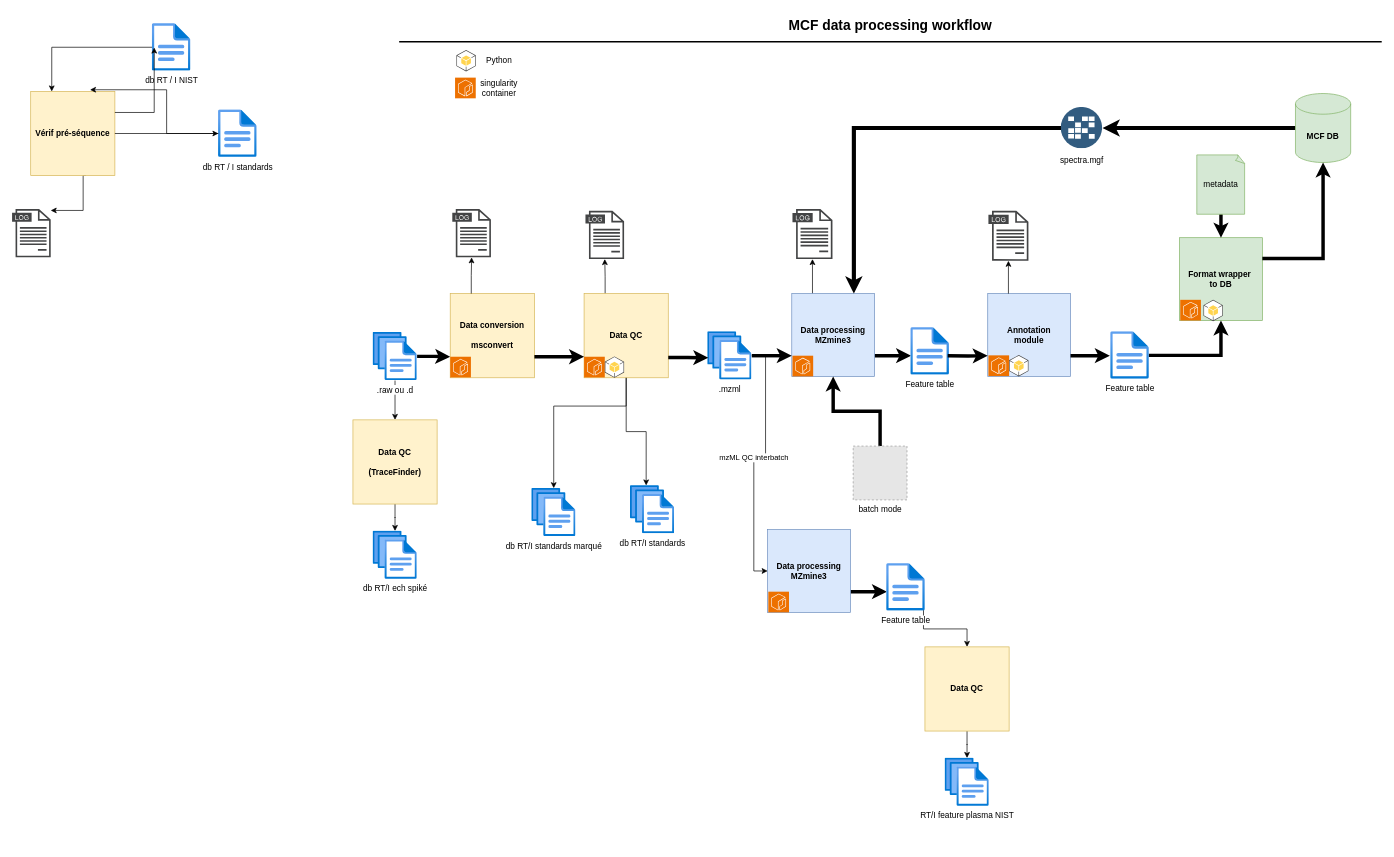
This is MCF_workflow_vAug2024.drawio from arnaudmeng/MCFworkflow, a draw.io file, before an edit. Source tidied: cells renumbered, new cells numbered last; positions are measured from the earlier drawing's top-left corner, leaving out a move shared by most shapes. Both pictures are drawn from the tidied source at 69%, with x=0, y=0 at pixel (12, 14). Pictures stored in the file or linked from it are replaced by grey dashed boxes.
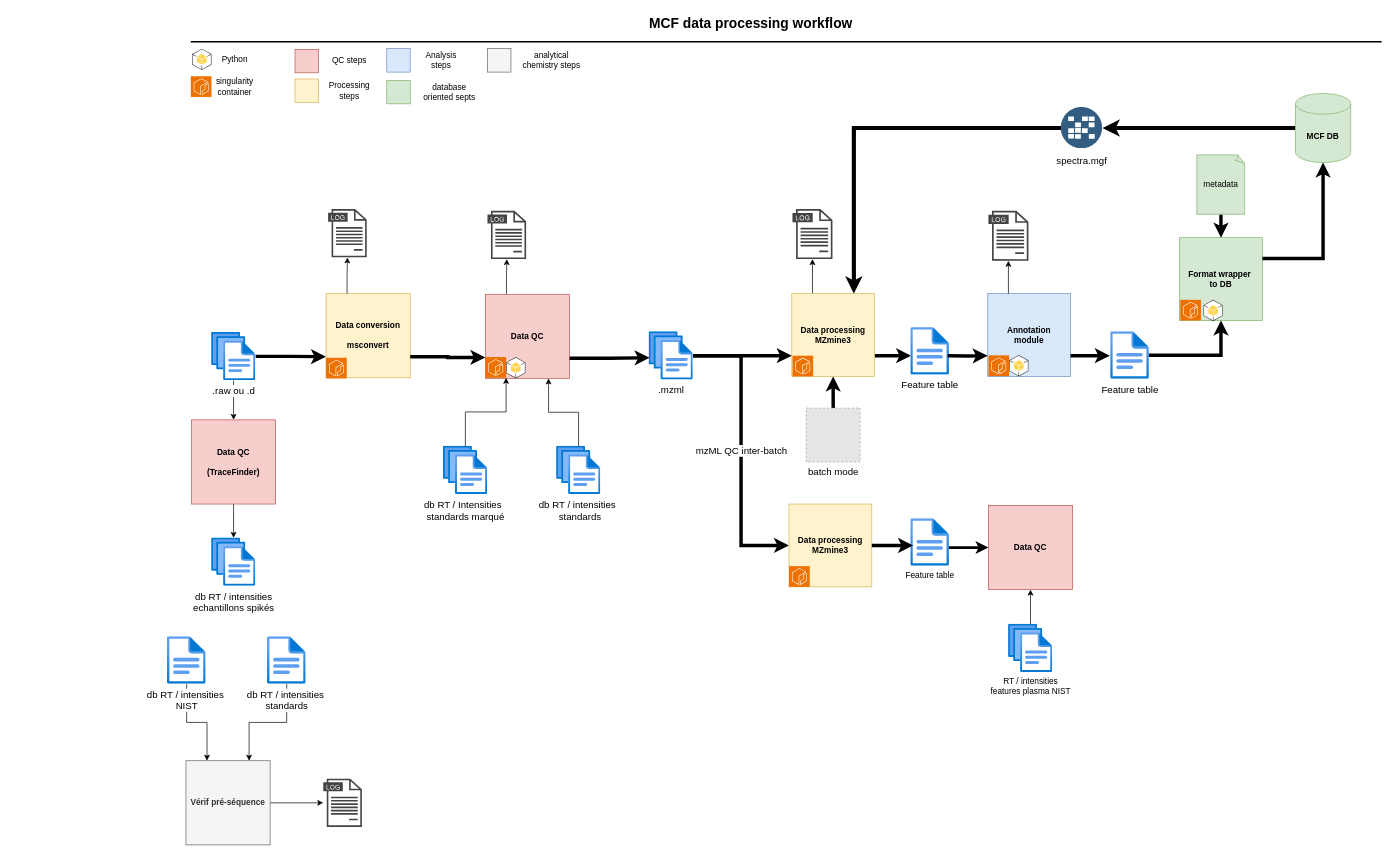
The same page after the edit.

Commit message:
Mettre à jour MCF_workflow_vAug2024.drawio

What changed in the source:
```diff
@@
     <mxCell id="2" value="&lt;font color=&quot;#000000&quot;&gt;MCF data processing workflow&lt;/font&gt;" style="text;html=1;strokeColor=none;fillColor=none;align=center;verticalAlign=middle;whiteSpace=wrap;rounded=0;fontStyle=1;fontSize=20;fontColor=#4D4D4D;" parent="1" vertex="1">
-      <mxGeometry x="878" width="790" height="30" as="geometry" />
+      <mxGeometry x="675.5" y="-3" width="790" height="30" as="geometry" />
     </mxCell>
     <mxCell id="3" style="line;strokeWidth=2;html=1;fontSize=20;fontColor=#4D4D4D;" parent="1" vertex="1">
-      <mxGeometry x="561" y="35" width="1424" height="10" as="geometry" />
+      <mxGeometry x="259" y="35" width="1726" height="10" as="geometry" />
     </mxCell>
@@
-    <mxCell id="5" style="edgeStyle=orthogonalEdgeStyle;rounded=0;jettySize=auto;html=1;" parent="1" edge="1" source="6" target="63">
-      <mxGeometry relative="1" as="geometry">
-        <Array as="points">
-          <mxPoint x="890" y="568" />
-          <mxPoint x="785" y="568" />
-        </Array>
-      </mxGeometry>
-    </mxCell>
-    <mxCell id="6" value="&lt;div&gt;Data QC&lt;br&gt;&lt;/div&gt;" style="whiteSpace=wrap;html=1;fillColor=#fff2cc;strokeColor=#d6b656;fontStyle=1;" parent="1" vertex="1">
-      <mxGeometry x="829" y="405" width="122" height="122" as="geometry" />
+    <mxCell id="6" value="&lt;div&gt;Data QC&lt;br&gt;&lt;/div&gt;" style="whiteSpace=wrap;html=1;fillColor=#f8cecc;strokeColor=#b85450;fontStyle=1;" parent="1" vertex="1">
+      <mxGeometry x="686" y="406" width="122" height="122" as="geometry" />
     </mxCell>
@@
-    <mxCell id="9" value="&lt;div&gt;Data processing&lt;/div&gt;&lt;div&gt;MZmine3&lt;br&gt;&lt;/div&gt;" style="whiteSpace=wrap;html=1;fillColor=#dae8fc;strokeColor=#6c8ebf;fontStyle=1;" parent="1" vertex="1">
+    <mxCell id="9" value="&lt;div&gt;Data processing&lt;/div&gt;&lt;div&gt;MZmine3&lt;br&gt;&lt;/div&gt;" style="whiteSpace=wrap;html=1;fillColor=#fff2cc;strokeColor=#d6b656;fontStyle=1;" parent="1" vertex="1">
       <mxGeometry x="1130" y="405" width="120" height="120" as="geometry" />
     </mxCell>
@@
-    <mxCell id="12" value=".raw ou .d" style="image;html=1;points=[];align=center;fontSize=12;image=img/lib/azure2/general/Files.svg;" parent="1" vertex="1">
-      <mxGeometry x="523" y="461" width="64" height="70" as="geometry" />
+    <mxCell id="12" value=".raw ou .d" style="image;html=1;points=[];align=center;fontSize=14;image=img/lib/azure2/general/Files.svg;fontStyle=0;" parent="1" vertex="1">
+      <mxGeometry x="289" y="461" width="64" height="70" as="geometry" />
     </mxCell>
@@
-    <mxCell id="14" value="mzML QC interbatch" style="edgeStyle=orthogonalEdgeStyle;rounded=0;jettySize=auto;html=1;entryX=0;entryY=0.5;entryDx=0;entryDy=0;" parent="1" edge="1" source="15" target="72">
+    <mxCell id="14" value="mzML QC inter-batch" style="edgeStyle=orthogonalEdgeStyle;rounded=0;jettySize=auto;html=1;entryX=0;entryY=0.5;entryDx=0;entryDy=0;strokeWidth=5;fontSize=14;" parent="1" edge="1" source="15" target="72">
       <mxGeometry relative="1" as="geometry" />
     </mxCell>
-    <mxCell id="15" value=".mzml" style="image;html=1;points=[];align=center;fontSize=12;image=img/lib/azure2/general/Files.svg;" parent="1" vertex="1">
-      <mxGeometry x="1008" y="460" width="64" height="70" as="geometry" />
+    <mxCell id="15" value=".mzml" style="image;html=1;points=[];align=center;fontSize=14;image=img/lib/azure2/general/Files.svg;" parent="1" vertex="1">
+      <mxGeometry x="923" y="460" width="64" height="70" as="geometry" />
     </mxCell>
@@
     <mxCell id="17" style="sketch=0;shadow=0;dashed=0;html=1;strokeColor=none;fillColor=#434445;labelPosition=center;verticalLabelPosition=bottom;verticalAlign=top;align=center;outlineConnect=0;shape=mxgraph.vvd.log_files;" parent="1" vertex="1">
-      <mxGeometry x="831" y="285" width="56" height="70" as="geometry" />
+      <mxGeometry x="689" y="285" width="56" height="70" as="geometry" />
     </mxCell>
@@
     <mxCell id="19" style="sketch=0;points=[[0,0,0],[0.25,0,0],[0.5,0,0],[0.75,0,0],[1,0,0],[0,1,0],[0.25,1,0],[0.5,1,0],[0.75,1,0],[1,1,0],[0,0.25,0],[0,0.5,0],[0,0.75,0],[1,0.25,0],[1,0.5,0],[1,0.75,0]];outlineConnect=0;fontColor=#232F3E;fillColor=#ED7100;strokeColor=#ffffff;dashed=0;verticalLabelPosition=bottom;verticalAlign=top;align=center;html=1;fontSize=12;fontStyle=0;shape=mxgraph.aws4.resourceIcon;resIcon=mxgraph.aws4.ecr;" parent="1" vertex="1">
-      <mxGeometry x="829" y="496.5" width="30" height="30" as="geometry" />
+      <mxGeometry x="686" y="497" width="30" height="30" as="geometry" />
     </mxCell>
     <mxCell id="20" style="sketch=0;fontColor=#232F3E;fillColor=#ED7100;strokeColor=#ffffff;dashed=0;verticalLabelPosition=bottom;verticalAlign=top;align=center;html=1;fontSize=12;fontStyle=0;shape=mxgraph.aws4.resourceIcon;resIcon=mxgraph.aws4.ecr;" parent="1" vertex="1">
-      <mxGeometry x="642" y="92" width="30" height="30" as="geometry" />
+      <mxGeometry x="259" y="90" width="30" height="30" as="geometry" />
     </mxCell>
     <mxCell id="21" value="singularity container" style="text;html=1;align=center;verticalAlign=middle;whiteSpace=wrap;rounded=0;" parent="1" vertex="1">
-      <mxGeometry x="675.5" y="92" width="60" height="30" as="geometry" />
+      <mxGeometry x="292.5" y="90" width="60" height="30" as="geometry" />
     </mxCell>
     <mxCell id="22" style="dashed=0;verticalLabelPosition=bottom;verticalAlign=top;align=center;html=1;shape=mxgraph.aws3.android;fillColor=#FFD44F;gradientColor=none;" parent="1" vertex="1">
-      <mxGeometry x="859" y="496" width="28" height="31" as="geometry" />
+      <mxGeometry x="716" y="497" width="28" height="31" as="geometry" />
     </mxCell>
     <mxCell id="23" style="dashed=0;verticalLabelPosition=bottom;verticalAlign=top;align=center;html=1;shape=mxgraph.aws3.android;fillColor=#FFD44F;gradientColor=none;" parent="1" vertex="1">
-      <mxGeometry x="644" y="52" width="28" height="31" as="geometry" />
+      <mxGeometry x="261" y="50" width="28" height="31" as="geometry" />
     </mxCell>
     <mxCell id="24" value="Python" style="text;html=1;align=center;verticalAlign=middle;whiteSpace=wrap;rounded=0;" parent="1" vertex="1">
-      <mxGeometry x="675.5" y="53" width="60" height="30" as="geometry" />
+      <mxGeometry x="292.5" y="51" width="60" height="30" as="geometry" />
     </mxCell>
@@
-    <mxCell id="37" value="batch mode" style="fillColor=#E6E6E6;strokeColor=#999999;dashed=1;html=1;verticalAlign=top;verticalLabelPosition=bottom;labelBackgroundColor=#ffffff;" parent="1" vertex="1">
-      <mxGeometry x="1219" y="626" width="78" height="78" as="geometry" />
+    <mxCell id="37" value="batch mode" style="fillColor=#E6E6E6;strokeColor=#999999;dashed=1;html=1;verticalAlign=top;verticalLabelPosition=bottom;labelBackgroundColor=#ffffff;fontSize=14;" parent="1" vertex="1">
+      <mxGeometry x="1151" y="571" width="78" height="78" as="geometry" />
     </mxCell>
-    <mxCell id="38" value="&lt;font color=&quot;#000000&quot;&gt;spectra.mgf&lt;/font&gt;" style="image;perimeter=ellipsePerimeter;html=1;align=center;shadow=0;dashed=0;fontColor=#4277BB;labelBackgroundColor=default;fontSize=12;spacingTop=3;image=img/lib/ibm/data/caches.svg;" parent="1" vertex="1">
+    <mxCell id="38" value="&lt;font style=&quot;font-size: 14px;&quot; color=&quot;#000000&quot;&gt;spectra.mgf&lt;/font&gt;" style="image;perimeter=ellipsePerimeter;html=1;align=center;shadow=0;dashed=0;fontColor=#4277BB;labelBackgroundColor=default;fontSize=14;spacingTop=3;image=img/lib/ibm/data/caches.svg;" parent="1" vertex="1">
       <mxGeometry x="1520.3" y="135" width="60" height="60" as="geometry" />
     </mxCell>
@@
-    <mxCell id="40" style="edgeStyle=orthogonalEdgeStyle;rounded=0;jettySize=auto;html=1;exitX=0.958;exitY=0.609;exitDx=0;exitDy=0;exitPerimeter=0;" parent="1" edge="1" source="74" target="70">
+    <mxCell id="40" style="edgeStyle=orthogonalEdgeStyle;rounded=0;jettySize=auto;html=1;exitX=0.958;exitY=0.609;exitDx=0;exitDy=0;exitPerimeter=0;strokeWidth=4;" parent="1" edge="1" source="74" target="70">
       <mxGeometry relative="1" as="geometry" />
     </mxCell>
-    <mxCell id="41" value="Feature table" style="image;html=1;points=[];align=center;fontSize=12;image=img/lib/azure2/general/File.svg;imageBorder=none;" parent="1" vertex="1">
+    <mxCell id="41" value="Feature table" style="image;html=1;points=[];align=center;fontSize=14;image=img/lib/azure2/general/File.svg;imageBorder=none;" parent="1" vertex="1">
       <mxGeometry x="1302.3" y="454" width="56" height="69" as="geometry" />
     </mxCell>
-    <mxCell id="42" value="Feature table" style="image;html=1;points=[];align=center;fontSize=12;image=img/lib/azure2/general/File.svg;imageBorder=none;" parent="1" vertex="1">
+    <mxCell id="42" value="Feature table" style="image;html=1;points=[];align=center;fontSize=14;image=img/lib/azure2/general/File.svg;imageBorder=none;" parent="1" vertex="1">
       <mxGeometry x="1592" y="460" width="56" height="69" as="geometry" />
     </mxCell>
@@
     <mxCell id="49" value="&lt;div&gt;Data conversion&lt;br&gt;&lt;/div&gt;&lt;div&gt;&lt;br&gt;&lt;/div&gt;&lt;div&gt;msconvert&lt;br&gt;&lt;/div&gt;" style="whiteSpace=wrap;html=1;fillColor=#fff2cc;strokeColor=#d6b656;fontStyle=1;" parent="1" vertex="1">
-      <mxGeometry x="635" y="405" width="122" height="122" as="geometry" />
+      <mxGeometry x="455" y="405" width="122" height="122" as="geometry" />
     </mxCell>
@@
     <mxCell id="52" style="sketch=0;shadow=0;dashed=0;html=1;strokeColor=none;fillColor=#434445;labelPosition=center;verticalLabelPosition=bottom;verticalAlign=top;align=center;outlineConnect=0;shape=mxgraph.vvd.log_files;" parent="1" vertex="1">
-      <mxGeometry x="638" y="282.5" width="56" height="70" as="geometry" />
+      <mxGeometry x="458" y="282.5" width="56" height="70" as="geometry" />
     </mxCell>
     <mxCell id="53" style="sketch=0;fontColor=#232F3E;fillColor=#ED7100;strokeColor=#ffffff;dashed=0;verticalLabelPosition=bottom;verticalAlign=top;align=center;html=1;fontSize=12;fontStyle=0;shape=mxgraph.aws4.resourceIcon;resIcon=mxgraph.aws4.ecr;" parent="1" vertex="1">
-      <mxGeometry x="635" y="496.5" width="30" height="30" as="geometry" />
+      <mxGeometry x="455" y="498" width="30" height="30" as="geometry" />
     </mxCell>
-    <mxCell id="54" style="edgeStyle=orthogonalEdgeStyle;rounded=0;jettySize=auto;html=1;exitX=0.656;exitY=0.996;exitDx=0;exitDy=0;exitPerimeter=0;" parent="1" edge="1" source="55" target="58">
-      <mxGeometry relative="1" as="geometry">
-        <Array as="points">
-          <mxPoint x="103" y="233.5" />
-          <mxPoint x="103" y="284.5" />
-        </Array>
-      </mxGeometry>
+    <mxCell id="54" style="edgeStyle=orthogonalEdgeStyle;rounded=0;jettySize=auto;html=1;exitX=1;exitY=0.5;exitDx=0;exitDy=0;" parent="1" edge="1" source="55" target="58">
+      <mxGeometry relative="1" as="geometry" />
     </mxCell>
-    <mxCell id="55" value="Vérif pré-séquence" style="whiteSpace=wrap;html=1;fillColor=#fff2cc;strokeColor=#d6b656;fontStyle=1;" parent="1" vertex="1">
-      <mxGeometry x="27" y="112" width="122" height="122" as="geometry" />
+    <mxCell id="55" value="Vérif pré-séquence" style="whiteSpace=wrap;html=1;fillColor=#f5f5f5;strokeColor=#666666;fontStyle=1;fontColor=#333333;" parent="1" vertex="1">
+      <mxGeometry x="252" y="1082" width="122" height="122" as="geometry" />
     </mxCell>
+    <mxCell id="62" style="edgeStyle=orthogonalEdgeStyle;rounded=0;jettySize=auto;html=1;entryX=0.75;entryY=0;entryDx=0;entryDy=0;" parent="1" edge="1" source="56" target="55">
+      <mxGeometry relative="1" as="geometry" />
+    </mxCell>
-    <mxCell id="56" value="db RT / I standards" style="image;html=1;points=[];align=center;fontSize=12;image=img/lib/azure2/general/File.svg;imageBorder=none;" parent="1" vertex="1">
-      <mxGeometry x="299" y="138.5" width="56" height="69" as="geometry" />
+    <mxCell id="56" value="&lt;div&gt;db RT / intensities&amp;nbsp;&lt;/div&gt;&lt;div&gt;standards&lt;/div&gt;" style="image;html=1;points=[];align=center;fontSize=14;image=img/lib/azure2/general/File.svg;imageBorder=none;" parent="1" vertex="1">
+      <mxGeometry x="370" y="902" width="56" height="69" as="geometry" />
     </mxCell>
-    <mxCell id="57" style="edgeStyle=orthogonalEdgeStyle;rounded=0;jettySize=auto;html=1;entryX=0;entryY=0.5;entryDx=0;entryDy=0;entryPerimeter=0;" parent="1" edge="1" source="55" target="56">
-      <mxGeometry relative="1" as="geometry" />
-    </mxCell>
     <mxCell id="58" style="sketch=0;shadow=0;dashed=0;html=1;strokeColor=none;fillColor=#434445;labelPosition=center;verticalLabelPosition=bottom;verticalAlign=top;align=center;outlineConnect=0;shape=mxgraph.vvd.log_files;" parent="1" vertex="1">
-      <mxGeometry y="282.5" width="56" height="70" as="geometry" />
+      <mxGeometry x="451" y="1108" width="56" height="70" as="geometry" />
     </mxCell>
@@
-    <mxCell id="60" value="db RT / I NIST" style="image;html=1;points=[];align=center;fontSize=12;image=img/lib/azure2/general/File.svg;imageBorder=none;" parent="1" vertex="1">
-      <mxGeometry x="203" y="13.5" width="56" height="69" as="geometry" />
+    <mxCell id="60" value="&lt;div&gt;db RT / intensities&amp;nbsp;&lt;/div&gt;&lt;div&gt;NIST&lt;/div&gt;" style="image;html=1;points=[];align=center;fontSize=14;image=img/lib/azure2/general/File.svg;imageBorder=none;" parent="1" vertex="1">
+      <mxGeometry x="225" y="902" width="56" height="69" as="geometry" />
     </mxCell>
-    <mxCell id="61" style="edgeStyle=orthogonalEdgeStyle;rounded=0;jettySize=auto;html=1;exitX=1;exitY=0.25;exitDx=0;exitDy=0;entryX=0.054;entryY=0.507;entryDx=0;entryDy=0;entryPerimeter=0;" parent="1" edge="1" source="55" target="60">
-      <mxGeometry relative="1" as="geometry" />
-    </mxCell>
-    <mxCell id="62" style="edgeStyle=orthogonalEdgeStyle;rounded=0;jettySize=auto;html=1;entryX=0.705;entryY=-0.02;entryDx=0;entryDy=0;entryPerimeter=0;" parent="1" edge="1" source="56" target="55">
-      <mxGeometry relative="1" as="geometry" />
-    </mxCell>
-    <mxCell id="63" value="db RT/I standards marqué" style="image;html=1;points=[];align=center;fontSize=12;image=img/lib/azure2/general/Files.svg;" parent="1" vertex="1">
-      <mxGeometry x="753" y="687" width="64" height="70" as="geometry" />
+    <mxCell id="63" value="&lt;div style=&quot;font-size: 14px;&quot;&gt;db RT / Intensities&amp;nbsp;&amp;nbsp;&lt;/div&gt;&lt;div style=&quot;font-size: 14px;&quot;&gt;standards marqué&lt;/div&gt;" style="image;html=1;points=[];align=center;fontSize=14;image=img/lib/azure2/general/Files.svg;" parent="1" vertex="1">
+      <mxGeometry x="625" y="626" width="64" height="70" as="geometry" />
     </mxCell>
+    <mxCell id="76" style="edgeStyle=orthogonalEdgeStyle;rounded=0;jettySize=auto;html=1;entryX=0.75;entryY=1;entryDx=0;entryDy=0;" parent="1" edge="1" source="64" target="6">
+      <mxGeometry relative="1" as="geometry" />
+    </mxCell>
-    <mxCell id="64" value="db RT/I standards" style="image;html=1;points=[];align=center;fontSize=12;image=img/lib/azure2/general/Files.svg;" parent="1" vertex="1">
-      <mxGeometry x="896" y="683" width="64" height="70" as="geometry" />
+    <mxCell id="64" value="&lt;div style=&quot;font-size: 14px;&quot;&gt;db RT / intensities&amp;nbsp;&lt;/div&gt;&lt;div style=&quot;font-size: 14px;&quot;&gt;&amp;nbsp;standards&lt;/div&gt;" style="image;html=1;points=[];align=center;fontSize=14;image=img/lib/azure2/general/Files.svg;" parent="1" vertex="1">
+      <mxGeometry x="789" y="626" width="64" height="70" as="geometry" />
     </mxCell>
-    <mxCell id="65" value="db RT/I ech spiké" style="image;html=1;points=[];align=center;fontSize=12;image=img/lib/azure2/general/Files.svg;" parent="1" vertex="1">
-      <mxGeometry x="523" y="749" width="64" height="70" as="geometry" />
+    <mxCell id="65" value="&lt;div&gt;db RT / intensities&lt;/div&gt;&lt;div&gt;echantillons spikés&lt;br&gt;&lt;/div&gt;" style="image;html=1;points=[];align=center;fontSize=14;image=img/lib/azure2/general/Files.svg;" parent="1" vertex="1">
+      <mxGeometry x="289" y="759" width="64" height="70" as="geometry" />
     </mxCell>
@@
-    <mxCell id="67" value="&lt;div&gt;Data QC&lt;br&gt;&lt;/div&gt;&lt;div&gt;&lt;br&gt;&lt;/div&gt;&lt;div&gt;(TraceFinder)&lt;br&gt;&lt;/div&gt;" style="whiteSpace=wrap;html=1;fillColor=#fff2cc;strokeColor=#d6b656;fontStyle=1;" parent="1" vertex="1">
-      <mxGeometry x="494" y="588" width="122" height="122" as="geometry" />
+    <mxCell id="67" value="&lt;div&gt;Data QC&lt;br&gt;&lt;/div&gt;&lt;div&gt;&lt;br&gt;&lt;/div&gt;&lt;div&gt;(TraceFinder)&lt;br&gt;&lt;/div&gt;" style="whiteSpace=wrap;html=1;fillColor=#f8cecc;strokeColor=#b85450;fontStyle=1;" parent="1" vertex="1">
+      <mxGeometry x="260" y="588" width="122" height="122" as="geometry" />
     </mxCell>
+    <mxCell id="77" style="edgeStyle=orthogonalEdgeStyle;rounded=0;jettySize=auto;html=1;entryX=0.5;entryY=1;entryDx=0;entryDy=0;" parent="1" edge="1" source="68" target="70">
+      <mxGeometry relative="1" as="geometry" />
+    </mxCell>
-    <mxCell id="68" value="RT/I feature plasma NIST" style="image;html=1;points=[];align=center;fontSize=12;image=img/lib/azure2/general/Files.svg;" parent="1" vertex="1">
-      <mxGeometry x="1352" y="1078" width="64" height="70" as="geometry" />
+    <mxCell id="68" value="&lt;div&gt;RT / intensities&lt;/div&gt;&lt;div&gt;features plasma NIST&lt;/div&gt;" style="image;html=1;points=[];align=center;fontSize=12;image=img/lib/azure2/general/Files.svg;" parent="1" vertex="1">
+      <mxGeometry x="1444" y="884" width="64" height="70" as="geometry" />
     </mxCell>
-    <mxCell id="69" style="edgeStyle=orthogonalEdgeStyle;rounded=0;jettySize=auto;html=1;" parent="1" edge="1" source="70" target="68">
-      <mxGeometry relative="1" as="geometry" />
-    </mxCell>
-    <mxCell id="70" value="&lt;div&gt;Data QC&lt;br&gt;&lt;/div&gt;" style="whiteSpace=wrap;html=1;fillColor=#fff2cc;strokeColor=#d6b656;fontStyle=1;" parent="1" vertex="1">
-      <mxGeometry x="1323" y="917" width="122" height="122" as="geometry" />
+    <mxCell id="70" value="&lt;div&gt;Data QC&lt;br&gt;&lt;/div&gt;" style="whiteSpace=wrap;html=1;fillColor=#f8cecc;strokeColor=#b85450;fontStyle=1;" parent="1" vertex="1">
+      <mxGeometry x="1415" y="712" width="122" height="122" as="geometry" />
     </mxCell>
-    <mxCell id="71" style="edgeStyle=orthogonalEdgeStyle;rounded=0;jettySize=auto;html=1;exitX=1;exitY=0.75;exitDx=0;exitDy=0;strokeWidth=5;entryX=0.012;entryY=0.594;entryDx=0;entryDy=0;entryPerimeter=0;" parent="1" edge="1" source="72" target="74">
-      <mxGeometry relative="1" as="geometry" />
-    </mxCell>
-    <mxCell id="72" value="&lt;div&gt;Data processing&lt;/div&gt;&lt;div&gt;MZmine3&lt;br&gt;&lt;/div&gt;" style="whiteSpace=wrap;html=1;fillColor=#dae8fc;strokeColor=#6c8ebf;fontStyle=1;" parent="1" vertex="1">
-      <mxGeometry x="1095" y="747" width="120" height="120" as="geometry" />
+    <mxCell id="72" value="&lt;div&gt;Data processing&lt;/div&gt;&lt;div&gt;MZmine3&lt;br&gt;&lt;/div&gt;" style="whiteSpace=wrap;html=1;fillColor=#fff2cc;strokeColor=#d6b656;fontStyle=1;" parent="1" vertex="1">
+      <mxGeometry x="1126" y="710" width="120" height="120" as="geometry" />
     </mxCell>
     <mxCell id="73" style="sketch=0;fontColor=#232F3E;fillColor=#ED7100;strokeColor=#ffffff;dashed=0;verticalLabelPosition=bottom;verticalAlign=top;align=center;html=1;fontSize=12;fontStyle=0;shape=mxgraph.aws4.resourceIcon;resIcon=mxgraph.aws4.ecr;" parent="1" vertex="1">
-      <mxGeometry x="1096" y="837" width="30" height="30" as="geometry" />
+      <mxGeometry x="1126" y="800" width="30" height="30" as="geometry" />
     </mxCell>
     <mxCell id="74" value="Feature table" style="image;html=1;points=[];align=center;fontSize=12;image=img/lib/azure2/general/File.svg;imageBorder=none;" parent="1" vertex="1">
-      <mxGeometry x="1267.3" y="796" width="56" height="69" as="geometry" />
+      <mxGeometry x="1302.3" y="731" width="56" height="69" as="geometry" />
     </mxCell>
-    <mxCell id="75" style="edgeStyle=orthogonalEdgeStyle;rounded=0;jettySize=auto;html=1;entryX=0.359;entryY=0;entryDx=0;entryDy=0;entryPerimeter=0;" parent="1" edge="1" source="6" target="64">
-      <mxGeometry relative="1" as="geometry" />
-    </mxCell>
+    <mxCell id="78" style="edgeStyle=orthogonalEdgeStyle;rounded=0;jettySize=auto;html=1;entryX=1;entryY=1;entryDx=0;entryDy=0;entryPerimeter=0;" parent="1" edge="1" source="63" target="19">
+      <mxGeometry relative="1" as="geometry" />
+    </mxCell>
+    <mxCell id="79" style="whiteSpace=wrap;html=1;fillColor=#f8cecc;strokeColor=#b85450;" parent="1" vertex="1">
+      <mxGeometry x="410" y="51" width="34" height="34" as="geometry" />
+    </mxCell>
+    <mxCell id="80" value="QC steps" style="text;html=1;align=center;verticalAlign=middle;whiteSpace=wrap;rounded=0;" parent="1" vertex="1">
+      <mxGeometry x="455" y="53" width="68" height="30" as="geometry" />
+    </mxCell>
+    <mxCell id="81" style="whiteSpace=wrap;html=1;fillColor=#fff2cc;strokeColor=#d6b656;" parent="1" vertex="1">
+      <mxGeometry x="410" y="94" width="34" height="34" as="geometry" />
+    </mxCell>
+    <mxCell id="82" value="Processing steps" style="text;html=1;align=center;verticalAlign=middle;whiteSpace=wrap;rounded=0;" parent="1" vertex="1">
+      <mxGeometry x="455" y="96" width="68" height="30" as="geometry" />
+    </mxCell>
+    <mxCell id="83" style="whiteSpace=wrap;html=1;fillColor=#d5e8d4;strokeColor=#82b366;" parent="1" vertex="1">
+      <mxGeometry x="543" y="96" width="34" height="34" as="geometry" />
+    </mxCell>
+    <mxCell id="84" value="Analysis steps" style="text;html=1;align=center;verticalAlign=middle;whiteSpace=wrap;rounded=0;" parent="1" vertex="1">
+      <mxGeometry x="588" y="52" width="68" height="30" as="geometry" />
+    </mxCell>
+    <mxCell id="85" style="whiteSpace=wrap;html=1;fillColor=#dae8fc;strokeColor=#6c8ebf;" parent="1" vertex="1">
+      <mxGeometry x="543" y="50" width="34" height="34" as="geometry" />
+    </mxCell>
+    <mxCell id="86" value="database oriented septs" style="text;html=1;align=center;verticalAlign=middle;whiteSpace=wrap;rounded=0;" parent="1" vertex="1">
+      <mxGeometry x="588" y="98" width="92" height="30" as="geometry" />
+    </mxCell>
+    <mxCell id="87" style="whiteSpace=wrap;html=1;fillColor=#f5f5f5;strokeColor=#666666;fontColor=#333333;" parent="1" vertex="1">
+      <mxGeometry x="689" y="50" width="34" height="34" as="geometry" />
+    </mxCell>
+    <mxCell id="88" value="analytical chemistry steps" style="text;html=1;align=center;verticalAlign=middle;whiteSpace=wrap;rounded=0;" parent="1" vertex="1">
+      <mxGeometry x="736" y="52" width="92" height="30" as="geometry" />
+    </mxCell>
+    <mxCell id="71" style="edgeStyle=orthogonalEdgeStyle;rounded=0;jettySize=auto;html=1;exitX=1;exitY=0.5;exitDx=0;exitDy=0;entryX=0.063;entryY=0.568;entryDx=0;entryDy=0;entryPerimeter=0;strokeWidth=5;" parent="1" edge="1" source="72" target="74">
+      <mxGeometry relative="1" as="geometry" />
+    </mxCell>
```
